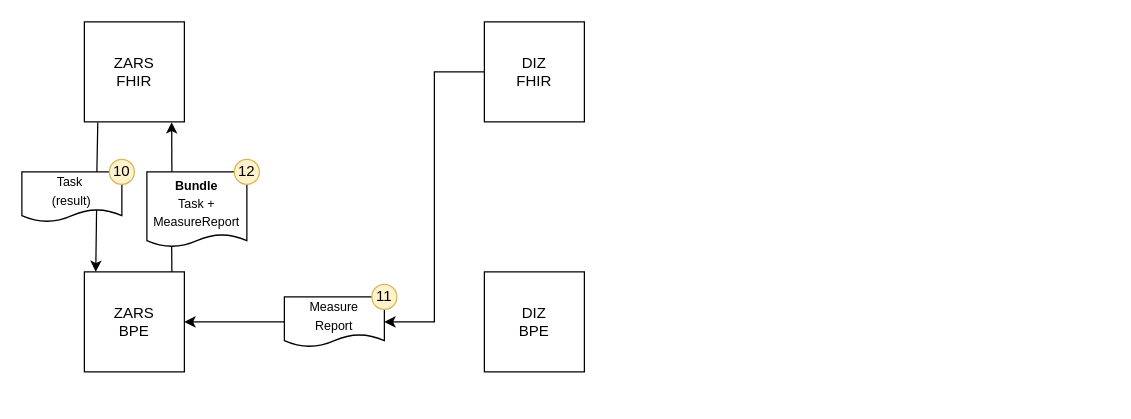
This is codex-process-feasibility/docs/codex-feasibility-process-04.drawio from medizininformatik-initiative/mii-process-feasibility, a draw.io file, before an edit. Source tidied: cells renumbered, new cells numbered last; positions are measured from the earlier drawing's top-left corner, leaving out a move shared by most shapes. Both pictures are drawn from the tidied source at 125%, with x=0, y=0 at pixel (21, 21).
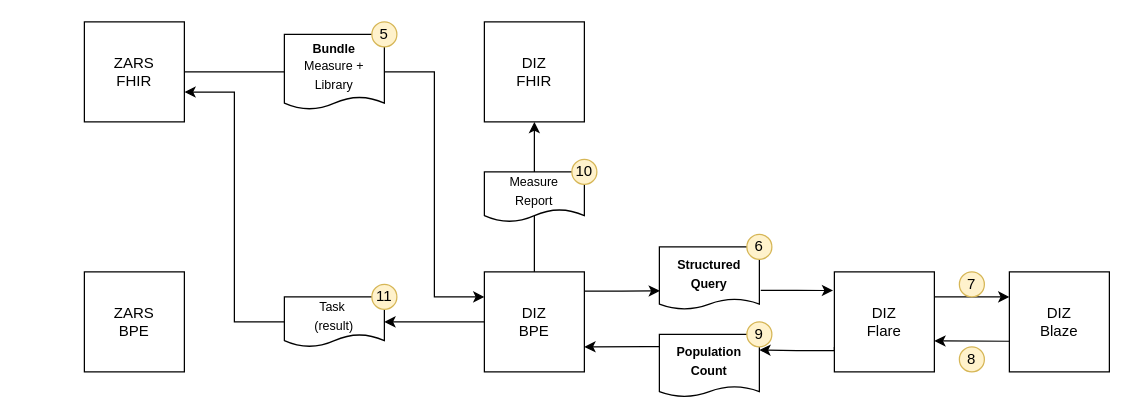
The same diagram, later.

Unchanged cells that the change refers to:
```xml
<mxCell id="3" value="ZARS&lt;br&gt;FHIR" style="whiteSpace=wrap;html=1;" parent="1" vertex="1">
  <mxGeometry x="50" width="80" height="80" as="geometry" />
</mxCell>
<mxCell id="6" value="ZARS&lt;br&gt;BPE" style="whiteSpace=wrap;html=1;" parent="1" vertex="1">
  <mxGeometry x="50" y="200" width="80" height="80" as="geometry" />
</mxCell>
<mxCell id="8" value="DIZ&lt;br&gt;FHIR" style="whiteSpace=wrap;html=1;" parent="1" vertex="1">
  <mxGeometry x="370" width="80" height="80" as="geometry" />
</mxCell>
<mxCell id="9" value="DIZ&lt;br&gt;BPE" style="whiteSpace=wrap;html=1;" parent="1" vertex="1">
  <mxGeometry x="370" y="200" width="80" height="80" as="geometry" />
</mxCell>
```

Diff of the diagram source:
```diff
@@
-    <mxCell id="2" style="edgeStyle=orthogonalEdgeStyle;rounded=0;jettySize=auto;html=1;exitX=0.134;exitY=1.007;exitDx=0;exitDy=0;entryX=0.75;entryY=0;entryDx=0;entryDy=0;startArrow=none;startFill=0;endArrow=none;endFill=0;exitPerimeter=0;" parent="1" edge="1" source="3" target="15">
-      <mxGeometry relative="1" as="geometry" />
-    </mxCell>
+    <mxCell id="18" style="edgeStyle=orthogonalEdgeStyle;rounded=0;jettySize=auto;html=1;startArrow=none;startFill=0;endArrow=none;endFill=0;" parent="1" edge="1" source="3" target="20">
+      <mxGeometry relative="1" as="geometry" />
+    </mxCell>
@@
-    <mxCell id="4" style="edgeStyle=orthogonalEdgeStyle;rounded=0;jettySize=auto;html=1;exitX=0.875;exitY=0.002;exitDx=0;exitDy=0;entryX=0.248;entryY=0.994;entryDx=0;entryDy=0;entryPerimeter=0;startArrow=none;startFill=0;endArrow=none;endFill=0;exitPerimeter=0;" parent="1" edge="1" source="6" target="11">
-      <mxGeometry relative="1" as="geometry" />
-    </mxCell>
-    <mxCell id="5" style="edgeStyle=orthogonalEdgeStyle;rounded=0;jettySize=auto;html=1;exitX=0.114;exitY=0;exitDx=0;exitDy=0;startArrow=classic;startFill=1;endArrow=none;endFill=0;exitPerimeter=0;entryX=0.747;entryY=0.761;entryDx=0;entryDy=0;entryPerimeter=0;" parent="1" edge="1" source="6" target="15">
-      <mxGeometry relative="1" as="geometry">
-        <Array as="points">
-          <mxPoint x="60" y="200" />
-        </Array>
-      </mxGeometry>
-    </mxCell>
@@
-    <mxCell id="7" style="edgeStyle=orthogonalEdgeStyle;rounded=0;jettySize=auto;html=1;exitX=0;exitY=0.5;exitDx=0;exitDy=0;entryX=1;entryY=0.5;entryDx=0;entryDy=0;startArrow=none;startFill=0;endArrow=classic;endFill=1;" parent="1" edge="1" source="8" target="14">
-      <mxGeometry relative="1" as="geometry" />
-    </mxCell>
@@
+    <mxCell id="19" style="edgeStyle=orthogonalEdgeStyle;rounded=0;jettySize=auto;html=1;exitX=1;exitY=0.5;exitDx=0;exitDy=0;entryX=0;entryY=0.25;entryDx=0;entryDy=0;startArrow=none;startFill=0;endArrow=classic;endFill=1;" parent="1" edge="1" source="20" target="9">
+      <mxGeometry relative="1" as="geometry">
+        <Array as="points">
+          <mxPoint x="330" y="40" />
+          <mxPoint x="330" y="220" />
+        </Array>
+      </mxGeometry>
+    </mxCell>
+    <mxCell id="20" value="&lt;font style=&quot;font-size: 10px&quot;&gt;&lt;b&gt;Bundle&lt;/b&gt;&lt;br&gt;Measure +&lt;br&gt;Library&lt;/font&gt;" style="shape=document;whiteSpace=wrap;html=1;boundedLbl=1;size=0.16666666666666666;" parent="1" vertex="1">
+      <mxGeometry x="210" y="10" width="80" height="60" as="geometry" />
+    </mxCell>
+    <mxCell id="21" style="edgeStyle=orthogonalEdgeStyle;rounded=0;jettySize=auto;html=1;exitX=0;exitY=0.5;exitDx=0;exitDy=0;entryX=1;entryY=0.5;entryDx=0;entryDy=0;startArrow=none;startFill=0;endArrow=classic;endFill=1;" parent="1" edge="1" source="9" target="15">
+      <mxGeometry relative="1" as="geometry" />
+    </mxCell>
+    <mxCell id="22" style="edgeStyle=orthogonalEdgeStyle;rounded=0;jettySize=auto;html=1;startArrow=none;startFill=0;endArrow=none;endFill=0;entryX=0.5;entryY=0.868;entryDx=0;entryDy=0;entryPerimeter=0;" parent="1" edge="1" source="9" target="14">
+      <mxGeometry relative="1" as="geometry" />
+    </mxCell>
+    <mxCell id="23" style="edgeStyle=orthogonalEdgeStyle;rounded=0;jettySize=auto;html=1;entryX=0.005;entryY=0.703;entryDx=0;entryDy=0;entryPerimeter=0;exitX=0.999;exitY=0.192;exitDx=0;exitDy=0;exitPerimeter=0;" parent="1" edge="1" source="9" target="29">
+      <mxGeometry relative="1" as="geometry" />
+    </mxCell>
@@
-    <mxCell id="10" style="edgeStyle=orthogonalEdgeStyle;rounded=0;jettySize=auto;html=1;exitX=0.25;exitY=0;exitDx=0;exitDy=0;startArrow=none;startFill=0;endArrow=classic;endFill=1;entryX=0.873;entryY=1.004;entryDx=0;entryDy=0;entryPerimeter=0;" parent="1" edge="1" source="11" target="3">
-      <mxGeometry relative="1" as="geometry" />
-    </mxCell>
-    <mxCell id="11" value="&lt;font style=&quot;font-size: 10px&quot;&gt;&lt;b&gt;Bundle&lt;/b&gt;&lt;br&gt;Task +&lt;br&gt;MeasureReport&lt;/font&gt;" style="shape=document;whiteSpace=wrap;html=1;boundedLbl=1;size=0.16666666666666669;" parent="1" vertex="1">
-      <mxGeometry x="100" y="120" width="80" height="60" as="geometry" />
-    </mxCell>
-    <mxCell id="12" value="12" style="ellipse;whiteSpace=wrap;html=1;fillColor=#fff2cc;strokeColor=#d6b656;" parent="1" vertex="1">
-      <mxGeometry x="170" y="110" width="20" height="20" as="geometry" />
-    </mxCell>
-    <mxCell id="13" style="edgeStyle=orthogonalEdgeStyle;rounded=0;jettySize=auto;html=1;exitX=0;exitY=0.5;exitDx=0;exitDy=0;entryX=1;entryY=0.5;entryDx=0;entryDy=0;startArrow=none;startFill=0;endArrow=classic;endFill=1;" parent="1" edge="1" source="14" target="6">
-      <mxGeometry relative="1" as="geometry" />
-    </mxCell>
+    <mxCell id="24" value="5" style="ellipse;whiteSpace=wrap;html=1;fillColor=#fff2cc;strokeColor=#d6b656;" parent="1" vertex="1">
+      <mxGeometry x="280" width="20" height="20" as="geometry" />
+    </mxCell>
+    <mxCell id="25" style="edgeStyle=orthogonalEdgeStyle;rounded=0;jettySize=auto;html=1;exitX=1;exitY=0.25;exitDx=0;exitDy=0;entryX=0;entryY=0.25;entryDx=0;entryDy=0;" parent="1" edge="1" source="27" target="33">
+      <mxGeometry relative="1" as="geometry">
+        <Array as="points">
+          <mxPoint x="760" y="220" />
+          <mxPoint x="760" y="220" />
+        </Array>
+      </mxGeometry>
+    </mxCell>
+    <mxCell id="26" style="edgeStyle=orthogonalEdgeStyle;rounded=0;jettySize=auto;html=1;exitX=0;exitY=0.75;exitDx=0;exitDy=0;entryX=1;entryY=0.25;entryDx=0;entryDy=0;" parent="1" edge="1" source="27" target="35">
+      <mxGeometry relative="1" as="geometry">
+        <Array as="points">
+          <mxPoint x="650" y="263" />
+          <mxPoint x="620" y="263" />
+        </Array>
+      </mxGeometry>
+    </mxCell>
+    <mxCell id="27" value="DIZ&lt;br&gt;Flare" style="whiteSpace=wrap;html=1;" parent="1" vertex="1">
+      <mxGeometry x="650" y="200" width="80" height="80" as="geometry" />
+    </mxCell>
+    <mxCell id="28" style="edgeStyle=orthogonalEdgeStyle;rounded=0;jettySize=auto;html=1;exitX=1.014;exitY=0.694;exitDx=0;exitDy=0;startArrow=none;startFill=0;exitPerimeter=0;entryX=-0.013;entryY=0.187;entryDx=0;entryDy=0;entryPerimeter=0;" parent="1" edge="1" source="29" target="27">
+      <mxGeometry relative="1" as="geometry" />
+    </mxCell>
+    <mxCell id="29" value="&lt;font style=&quot;font-size: 10px&quot;&gt;&lt;b&gt;Structured Query&lt;/b&gt;&lt;/font&gt;" style="shape=document;whiteSpace=wrap;html=1;boundedLbl=1;size=0.16666666666666666;" parent="1" vertex="1">
+      <mxGeometry x="510" y="180" width="80" height="50" as="geometry" />
+    </mxCell>
+    <mxCell id="30" style="edgeStyle=orthogonalEdgeStyle;rounded=0;jettySize=auto;html=1;startArrow=none;startFill=0;endArrow=classic;endFill=1;entryX=1.001;entryY=0.702;entryDx=0;entryDy=0;entryPerimeter=0;exitX=0;exitY=0.5;exitDx=0;exitDy=0;" parent="1" edge="1" source="15" target="3">
+      <mxGeometry relative="1" as="geometry" />
+    </mxCell>
+    <mxCell id="15" value="&lt;font style=&quot;font-size: 10px&quot;&gt;Task&amp;nbsp;&lt;br&gt;(result)&lt;/font&gt;" style="shape=document;whiteSpace=wrap;html=1;boundedLbl=1;size=0.25;" parent="1" vertex="1">
+      <mxGeometry x="210" y="220" width="80" height="40" as="geometry" />
+    </mxCell>
+    <mxCell id="31" style="edgeStyle=orthogonalEdgeStyle;rounded=0;jettySize=auto;html=1;startArrow=none;startFill=0;endArrow=classic;endFill=1;" parent="1" edge="1" source="14" target="8">
+      <mxGeometry relative="1" as="geometry" />
+    </mxCell>
     <mxCell id="14" value="&lt;font style=&quot;font-size: 10px&quot;&gt;Measure&lt;br&gt;Report&lt;/font&gt;" style="shape=document;whiteSpace=wrap;html=1;boundedLbl=1;size=0.25;" parent="1" vertex="1">
-      <mxGeometry x="210" y="220" width="80" height="40" as="geometry" />
+      <mxGeometry x="370" y="120" width="80" height="40" as="geometry" />
     </mxCell>
-    <mxCell id="15" value="&lt;font style=&quot;font-size: 10px&quot;&gt;Task&amp;nbsp;&lt;br&gt;(result)&lt;/font&gt;" style="shape=document;whiteSpace=wrap;html=1;boundedLbl=1;size=0.25;" parent="1" vertex="1">
-      <mxGeometry y="120" width="80" height="40" as="geometry" />
-    </mxCell>
+    <mxCell id="32" style="edgeStyle=orthogonalEdgeStyle;rounded=0;jettySize=auto;html=1;entryX=1;entryY=0.69;entryDx=0;entryDy=0;entryPerimeter=0;" parent="1" edge="1" target="27">
+      <mxGeometry relative="1" as="geometry">
+        <mxPoint x="850" y="255" as="sourcePoint" />
+      </mxGeometry>
+    </mxCell>
+    <mxCell id="33" value="DIZ&lt;br&gt;Blaze" style="whiteSpace=wrap;html=1;" parent="1" vertex="1">
+      <mxGeometry x="790" y="200" width="80" height="80" as="geometry" />
+    </mxCell>
+    <mxCell id="34" style="edgeStyle=orthogonalEdgeStyle;rounded=0;jettySize=auto;html=1;exitX=0.002;exitY=0.196;exitDx=0;exitDy=0;entryX=1;entryY=0.75;entryDx=0;entryDy=0;exitPerimeter=0;" parent="1" edge="1" source="35" target="9">
+      <mxGeometry relative="1" as="geometry">
+        <Array as="points">
+          <mxPoint x="500" y="260" />
+          <mxPoint x="450" y="260" />
+        </Array>
+      </mxGeometry>
+    </mxCell>
+    <mxCell id="35" value="&lt;font size=&quot;1&quot;&gt;&lt;b&gt;Population Count&lt;/b&gt;&lt;/font&gt;" style="shape=document;whiteSpace=wrap;html=1;boundedLbl=1;size=0.16666666666666666;" parent="1" vertex="1">
+      <mxGeometry x="510" y="250" width="80" height="50" as="geometry" />
+    </mxCell>
+    <mxCell id="36" value="6" style="ellipse;whiteSpace=wrap;html=1;fillColor=#fff2cc;strokeColor=#d6b656;" parent="1" vertex="1">
+      <mxGeometry x="580" y="170" width="20" height="20" as="geometry" />
+    </mxCell>
+    <mxCell id="37" value="7" style="ellipse;whiteSpace=wrap;html=1;fillColor=#fff2cc;strokeColor=#d6b656;" parent="1" vertex="1">
+      <mxGeometry x="750" y="200" width="20" height="20" as="geometry" />
+    </mxCell>
+    <mxCell id="38" value="8" style="ellipse;whiteSpace=wrap;html=1;fillColor=#fff2cc;strokeColor=#d6b656;" parent="1" vertex="1">
+      <mxGeometry x="750" y="260" width="20" height="20" as="geometry" />
+    </mxCell>
+    <mxCell id="39" value="9" style="ellipse;whiteSpace=wrap;html=1;fillColor=#fff2cc;strokeColor=#d6b656;" parent="1" vertex="1">
+      <mxGeometry x="580" y="240" width="20" height="20" as="geometry" />
+    </mxCell>
     <mxCell id="16" value="10" style="ellipse;whiteSpace=wrap;html=1;fillColor=#fff2cc;strokeColor=#d6b656;" parent="1" vertex="1">
-      <mxGeometry x="70" y="110" width="20" height="20" as="geometry" />
+      <mxGeometry x="440" y="110" width="20" height="20" as="geometry" />
     </mxCell>
```
